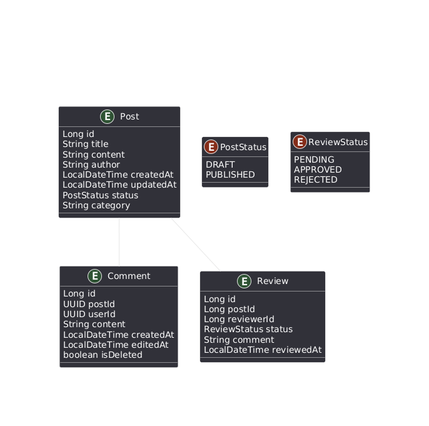
Earlier version of the PlantUML export architecture/db.png (pxlit-projects/project-toonvank).
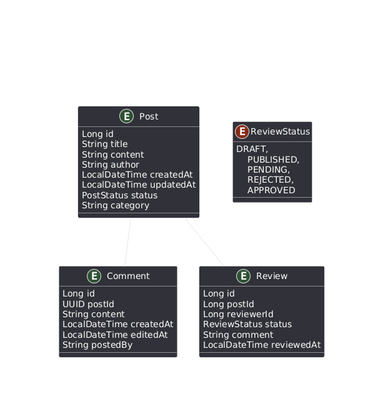
After the change.

Diff of the diagram source:
```diff
@@ -1,5 +1,5 @@
 @startuml
-skinparam backgroundColor transparent
+skinparam backgroundColor black
 skinparam backgroundColor transparent
 
 
@@ -8,11 +8,10 @@
   entity Comment {
     Long id
     UUID postId
-    UUID userId
     String content
     LocalDateTime createdAt
     LocalDateTime editedAt
-    boolean isDeleted
+    String postedBy
   }
 
   entity Post {
@@ -35,15 +34,12 @@
     LocalDateTime reviewedAt
   }
 
-  enum PostStatus {
-    DRAFT
-    PUBLISHED
-  }
-
   enum ReviewStatus {
-    PENDING
-    APPROVED
-    REJECTED
+    DRAFT,
+    PUBLISHED,
+    PENDING,
+    REJECTED,
+    APPROVED
   }
 
   Post "1" -- "0..*" Comment : has
```
